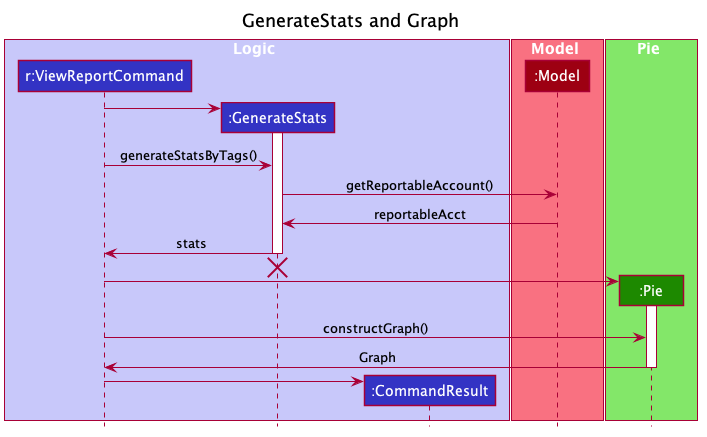
The PlantUML diagram docs/images/GenerateStats_and_Graph.png in zwasd/main, before a commit.
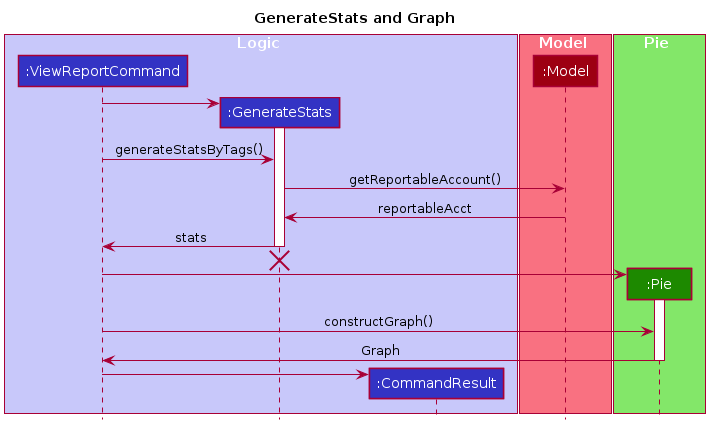
The same file after the commit.

What changed in the source:
```diff
@@ -49,7 +49,7 @@
 hide circle
 title GenerateStats and Graph
 box Logic #C8C8FA
-participant "r:ViewReportCommand" as ViewReportCommand #3333C4
+participant ":ViewReportCommand" as ViewReportCommand #3333C4
 participant ":GenerateStats" as GenerateStats #3333C4
 participant ":CommandResult" as CommandResult #3333C4
 end box
```
